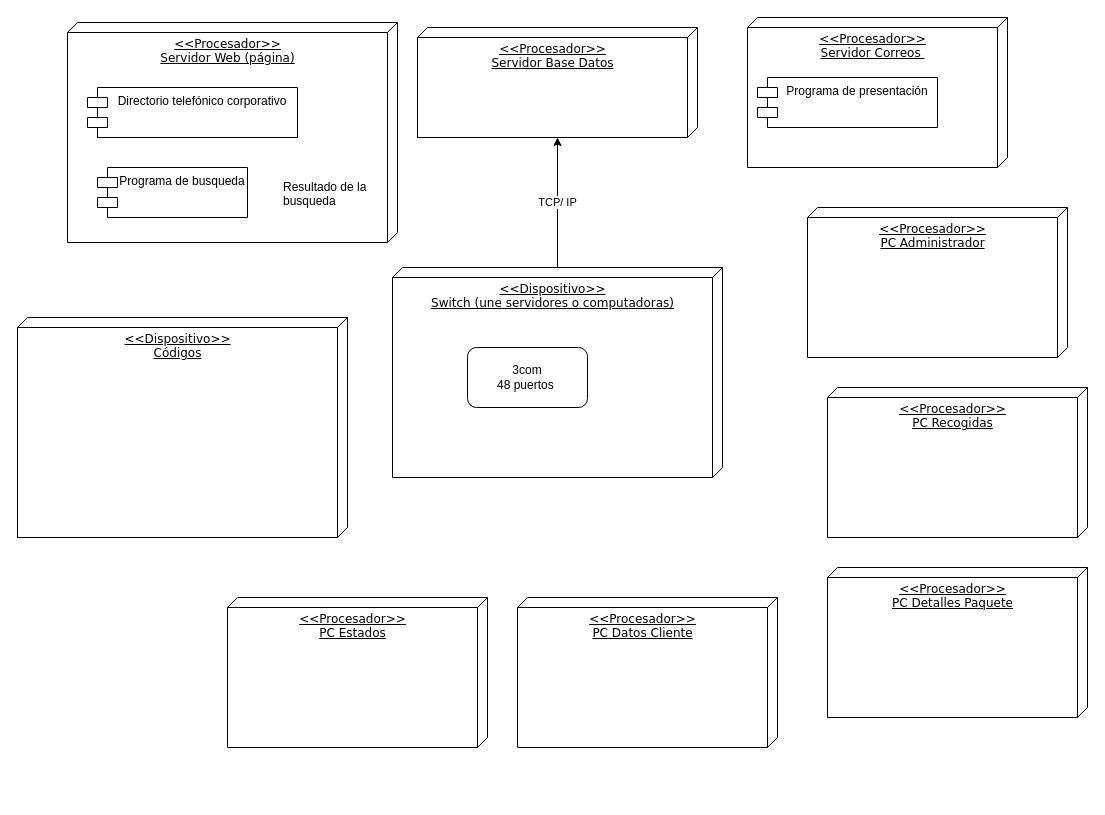
This is Diagrama despliegue.drawio from Jeimy121/RecogidaDePaquetes, a draw.io file, before an edit. Source tidied: cells renumbered, new cells numbered last; positions are measured from the earlier drawing's top-left corner, leaving out a move shared by most shapes. Both pictures are drawn from the tidied source at 100%, with x=0, y=0 at pixel (17, 17).
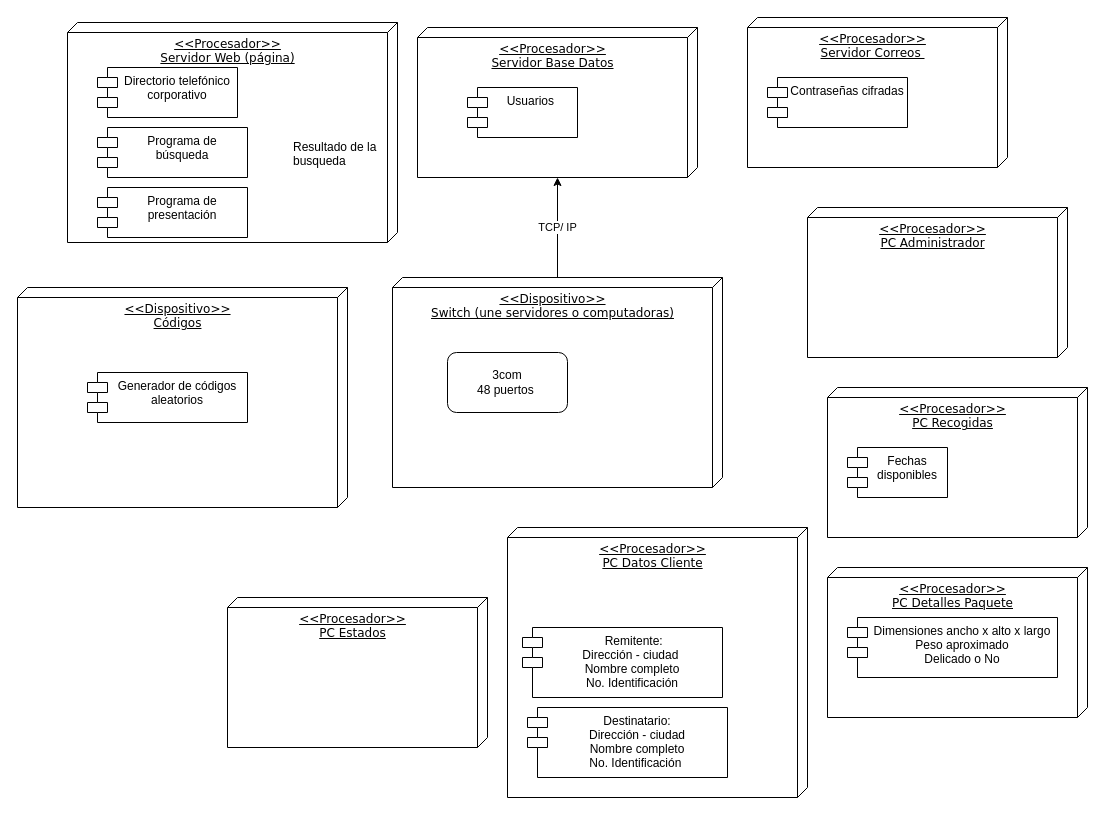
Above is the later version.

Diff of the diagram source:
```diff
@@
     <mxCell id="3" value="&amp;lt;&amp;lt;Dispositivo&amp;gt;&amp;gt;&lt;br&gt;Switch (une servidores o computadoras)" style="verticalAlign=top;align=center;spacingTop=8;spacingLeft=2;spacingRight=12;shape=cube;size=10;direction=south;fontStyle=4;html=1;rounded=0;shadow=0;comic=0;labelBackgroundColor=none;strokeWidth=1;fontFamily=Verdana;fontSize=12;" parent="1" vertex="1">
-      <mxGeometry x="375" y="250" width="330" height="210" as="geometry" />
+      <mxGeometry x="375" y="260" width="330" height="210" as="geometry" />
     </mxCell>
@@
     <mxCell id="5" value="&amp;lt;&amp;lt;Procesador&amp;gt;&amp;gt;&lt;br&gt;Servidor Base Datos" style="verticalAlign=top;align=center;spacingTop=8;spacingLeft=2;spacingRight=12;shape=cube;size=10;direction=south;fontStyle=4;html=1;rounded=0;shadow=0;comic=0;labelBackgroundColor=none;strokeWidth=1;fontFamily=Verdana;fontSize=12;" parent="1" vertex="1">
-      <mxGeometry x="400" y="10" width="280" height="110" as="geometry" />
+      <mxGeometry x="400" y="10" width="280" height="150" as="geometry" />
     </mxCell>
@@
     <mxCell id="10" value="&amp;lt;&amp;lt;Dispositivo&amp;gt;&amp;gt;&lt;br&gt;Códigos" style="verticalAlign=top;align=center;spacingTop=8;spacingLeft=2;spacingRight=12;shape=cube;size=10;direction=south;fontStyle=4;html=1;rounded=0;shadow=0;comic=0;labelBackgroundColor=none;strokeWidth=1;fontFamily=Verdana;fontSize=12;" parent="1" vertex="1">
-      <mxGeometry y="300" width="330" height="220" as="geometry" />
+      <mxGeometry y="270" width="330" height="220" as="geometry" />
     </mxCell>
     <mxCell id="11" value="3com&lt;br&gt;48 puertos&amp;nbsp;" style="rounded=1;whiteSpace=wrap;html=1;" parent="1" vertex="1">
-      <mxGeometry x="450" y="330" width="120" height="60" as="geometry" />
+      <mxGeometry x="430" y="335" width="120" height="60" as="geometry" />
     </mxCell>
     <mxCell id="12" value="&amp;lt;&amp;lt;Procesador&amp;gt;&amp;gt;&lt;br&gt;PC Datos Cliente" style="verticalAlign=top;align=center;spacingTop=8;spacingLeft=2;spacingRight=12;shape=cube;size=10;direction=south;fontStyle=4;html=1;rounded=0;shadow=0;comic=0;labelBackgroundColor=none;strokeWidth=1;fontFamily=Verdana;fontSize=12;" parent="1" vertex="1">
-      <mxGeometry x="500" y="580" width="260" height="150" as="geometry" />
+      <mxGeometry x="490" y="510" width="300" height="270" as="geometry" />
     </mxCell>
@@
-    <mxCell id="14" value="Directorio telefónico corporativo" style="shape=module;align=left;spacingLeft=20;align=center;verticalAlign=top;" parent="1" vertex="1">
-      <mxGeometry x="70" y="70" width="210" height="50" as="geometry" />
+    <mxCell id="14" value="Directorio telefónico &#10;corporativo" style="shape=module;align=left;spacingLeft=20;align=center;verticalAlign=top;" parent="1" vertex="1">
+      <mxGeometry x="80" y="50" width="140" height="50" as="geometry" />
     </mxCell>
-    <mxCell id="15" value="Programa de busqueda&#10;" style="shape=module;align=left;spacingLeft=20;align=center;verticalAlign=top;" parent="1" vertex="1">
-      <mxGeometry x="80" y="150" width="150" height="50" as="geometry" />
+    <mxCell id="15" value="Programa de &#10;búsqueda&#10;" style="shape=module;align=center;spacingLeft=20;align=center;verticalAlign=top;" parent="1" vertex="1">
+      <mxGeometry x="80" y="110" width="150" height="50" as="geometry" />
     </mxCell>
     <mxCell id="16" value="Resultado de la&#10;busqueda" style="text;strokeColor=none;fillColor=none;align=left;verticalAlign=top;spacingLeft=4;spacingRight=4;overflow=hidden;" parent="1" vertex="1">
-      <mxGeometry x="260" y="156" width="100" height="38" as="geometry" />
+      <mxGeometry x="270" y="116" width="100" height="38" as="geometry" />
     </mxCell>
-    <mxCell id="17" value="Programa de presentación" style="shape=module;align=left;spacingLeft=20;align=center;verticalAlign=top;" parent="1" vertex="1">
-      <mxGeometry x="740" y="60" width="180" height="50" as="geometry" />
+    <mxCell id="17" value="Contraseñas cifradas" style="shape=module;align=left;spacingLeft=20;align=center;verticalAlign=top;" parent="1" vertex="1">
+      <mxGeometry x="750" y="60" width="140" height="50" as="geometry" />
     </mxCell>
+    <mxCell id="18" value="Usuarios &#10;" style="shape=module;align=left;spacingLeft=20;align=center;verticalAlign=top;" parent="1" vertex="1">
+      <mxGeometry x="450" y="70" width="110" height="50" as="geometry" />
+    </mxCell>
+    <mxCell id="19" value="Programa de &#10;presentación&#10;" style="shape=module;align=center;spacingLeft=20;align=center;verticalAlign=top;" parent="1" vertex="1">
+      <mxGeometry x="80" y="170" width="150" height="50" as="geometry" />
+    </mxCell>
+    <mxCell id="20" value="Generador de códigos&#10;aleatorios" style="shape=module;align=left;spacingLeft=20;align=center;verticalAlign=top;" parent="1" vertex="1">
+      <mxGeometry x="70" y="355" width="160" height="50" as="geometry" />
+    </mxCell>
+    <mxCell id="21" value="Fechas &#10;disponibles" style="shape=module;align=left;spacingLeft=20;align=center;verticalAlign=top;" parent="1" vertex="1">
+      <mxGeometry x="830" y="430" width="100" height="50" as="geometry" />
+    </mxCell>
+    <mxCell id="22" value="Dimensiones ancho x alto x largo&#10;Peso aproximado&#10;Delicado o No" style="shape=module;align=left;spacingLeft=20;align=center;verticalAlign=top;" parent="1" vertex="1">
+      <mxGeometry x="830" y="600" width="210" height="60" as="geometry" />
+    </mxCell>
+    <mxCell id="23" value=" Remitente:&#10;Dirección - ciudad &#10;Nombre completo&#10;No. Identificación&#10;" style="shape=module;align=left;spacingLeft=20;align=center;verticalAlign=top;" parent="1" vertex="1">
+      <mxGeometry x="505" y="610" width="200" height="70" as="geometry" />
+    </mxCell>
+    <mxCell id="24" value="Destinatario:&#10;Dirección - ciudad&#10;Nombre completo&#10;No. Identificación " style="shape=module;align=left;spacingLeft=20;align=center;verticalAlign=top;" parent="1" vertex="1">
+      <mxGeometry x="510" y="690" width="200" height="70" as="geometry" />
+    </mxCell>
```
